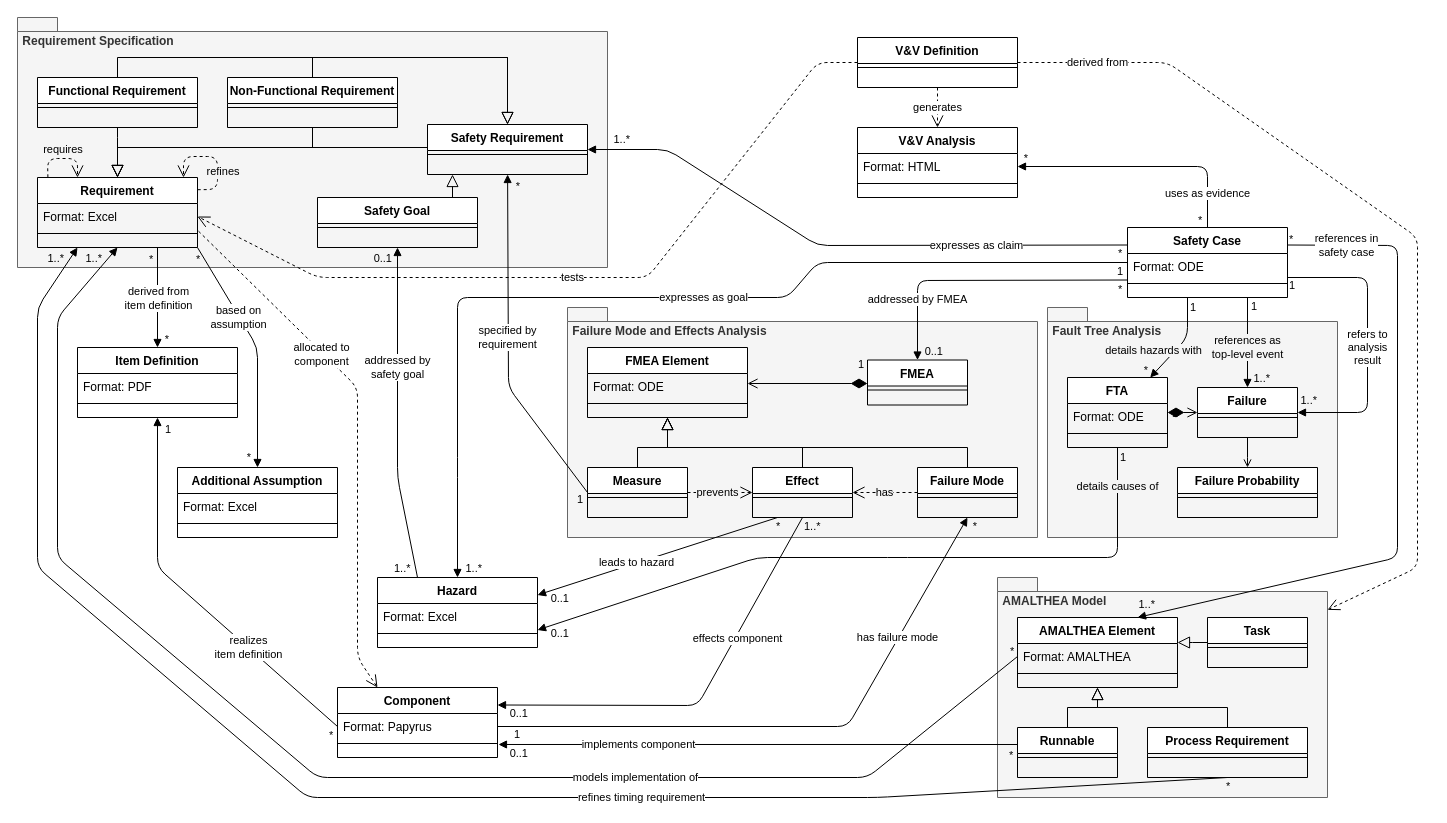
Above: org.panorama-research.mobstr.artifacts/mobstr-tim.drawio in panorama-research/mobstr-dataset (draw.io), before the change. Source tidied: cells renumbered, new cells numbered last; positions are measured from the earlier drawing's top-left corner, leaving out a move shared by most shapes. Both pictures are drawn from the tidied source at 100%, with x=0, y=0 at pixel (17, -393).
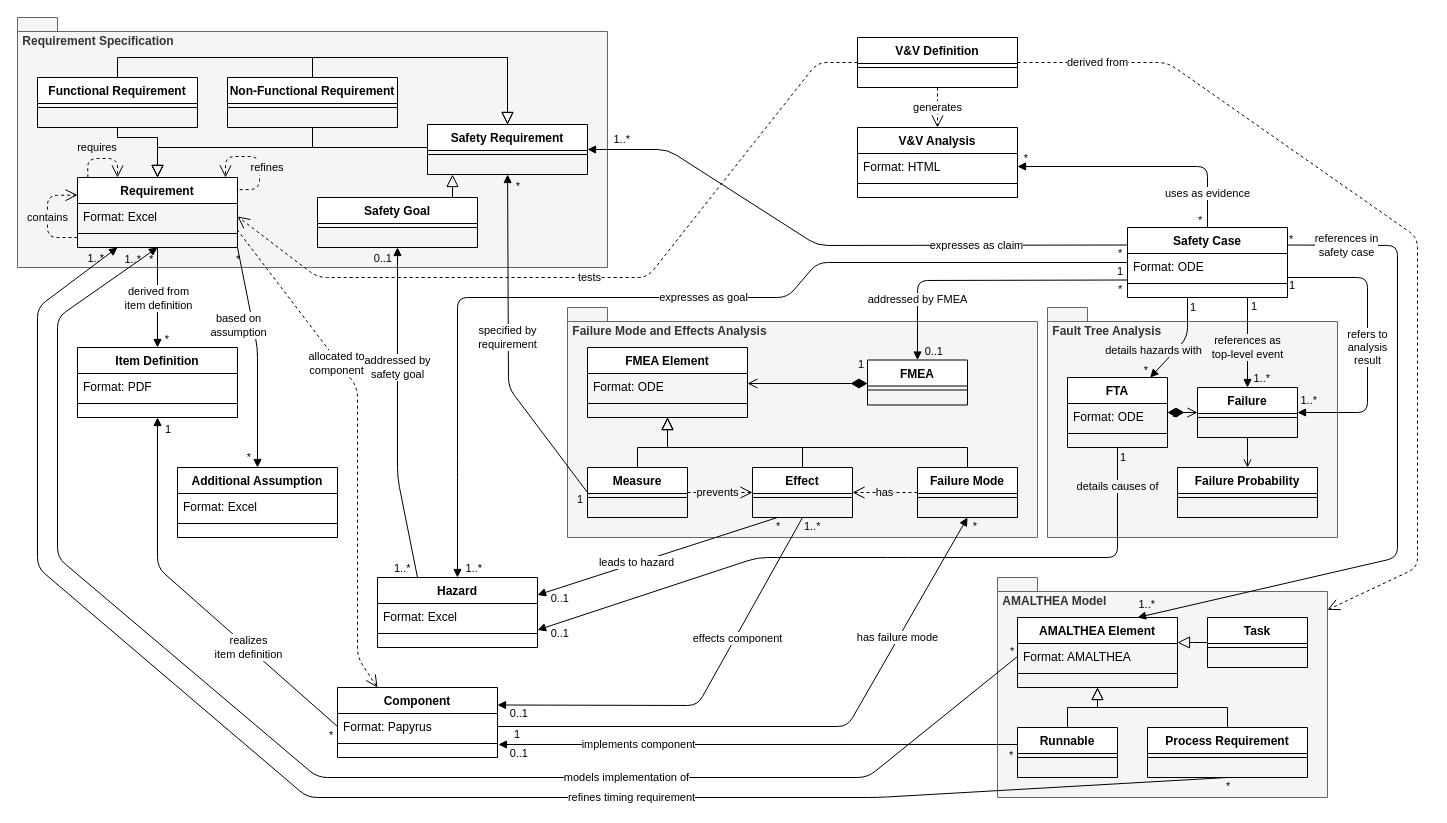
After the change.

Diff of the diagram source:
```diff
@@
     <mxCell id="5" value="Requirement" style="swimlane;fontStyle=1;align=center;verticalAlign=top;horizontal=1;startSize=26;rounded=0;shadow=0;strokeWidth=1;" parent="1" vertex="1">
-      <mxGeometry x="20" y="570" width="160" height="70" as="geometry" />
+      <mxGeometry x="60" y="570" width="160" height="70" as="geometry" />
     </mxCell>
@@
     <mxCell id="135" style="endArrow=open;html=1;exitX=1.001;exitY=0.189;exitDx=0;exitDy=0;dashed=1;endSize=10;startSize=10;endFill=0;labelBackgroundColor=#F5F5F5;exitPerimeter=0;rounded=1;" parent="1" edge="1">
       <mxGeometry x="-0.41" y="-10" relative="1" as="geometry">
-        <mxPoint x="180.2" y="582.2" as="sourcePoint" />
-        <mxPoint x="166" y="570" as="targetPoint" />
+        <mxPoint x="222.2" y="582.2" as="sourcePoint" />
+        <mxPoint x="208" y="570" as="targetPoint" />
         <Array as="points">
-          <mxPoint x="200" y="582" />
-          <mxPoint x="200" y="549" />
-          <mxPoint x="166" y="549" />
+          <mxPoint x="242" y="582" />
+          <mxPoint x="242" y="549" />
+          <mxPoint x="208" y="549" />
         </Array>
       </mxGeometry>
     </mxCell>
     <mxCell id="136" value="&lt;font style=&quot;font-size: 11px&quot;&gt;refines&lt;/font&gt;" style="text;html=1;strokeColor=none;fillColor=none;align=center;verticalAlign=middle;whiteSpace=wrap;rounded=0;labelBackgroundColor=#F5F5F5;" parent="1" vertex="1">
-      <mxGeometry x="186" y="554" width="40" height="20" as="geometry" />
+      <mxGeometry x="230" y="550" width="40" height="20" as="geometry" />
     </mxCell>
@@
     <mxCell id="142" style="endArrow=open;html=1;dashed=1;endSize=10;startSize=10;endFill=0;labelBackgroundColor=#F5F5F5;exitX=0.065;exitY=-0.003;exitDx=0;exitDy=0;entryX=0.25;entryY=0;entryDx=0;entryDy=0;exitPerimeter=0;" parent="1" edge="1" source="5" target="5">
       <mxGeometry x="0.39" relative="1" as="geometry">
         <Array as="points">
-          <mxPoint x="30" y="551" />
-          <mxPoint x="60" y="551" />
+          <mxPoint x="70" y="551" />
+          <mxPoint x="100" y="551" />
         </Array>
       </mxGeometry>
     </mxCell>
@@
     <mxCell id="150" value="&lt;font style=&quot;font-size: 11px&quot;&gt;requires&lt;/font&gt;" style="text;html=1;strokeColor=none;fillColor=none;align=center;verticalAlign=middle;whiteSpace=wrap;rounded=0;labelBackgroundColor=#F5F5F5;" parent="1" vertex="1">
-      <mxGeometry x="26" y="532" width="40" height="20" as="geometry" />
+      <mxGeometry x="60" y="530" width="40" height="20" as="geometry" />
     </mxCell>
+    <mxCell id="151" value="contains" style="endArrow=open;html=1;dashed=1;endSize=10;startSize=10;endFill=0;labelBackgroundColor=#F5F5F5;entryX=0;entryY=0.25;entryDx=0;entryDy=0;" parent="1" edge="1" target="5">
+      <mxGeometry x="-0.02" relative="1" as="geometry">
+        <mxPoint x="60" y="630" as="sourcePoint" />
+        <Array as="points">
+          <mxPoint x="30" y="630" />
+          <mxPoint x="30" y="588" />
+        </Array>
+      </mxGeometry>
+    </mxCell>
```
